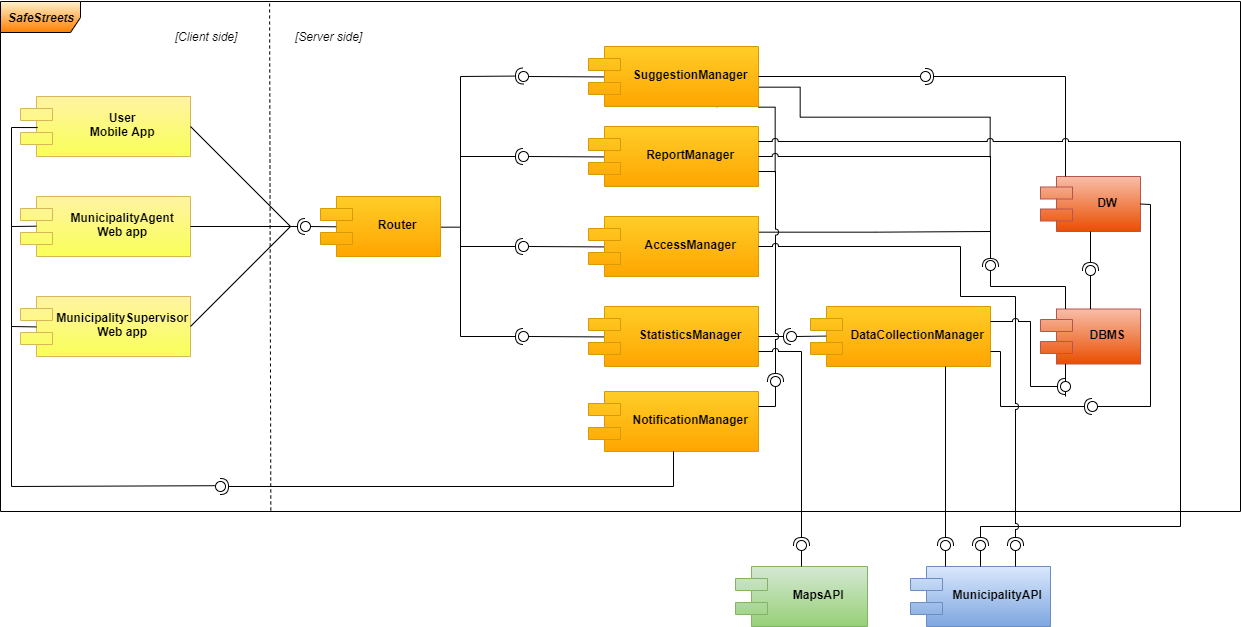
SimoneSartoni/SoftwareEngineering2 keeps this draw.io diagram as DD/img/Component1.png. Above is the earlier version. Source tidied: cells renumbered, new cells last; positions are measured from the earlier drawing's top-left corner, leaving out a move shared by most shapes.
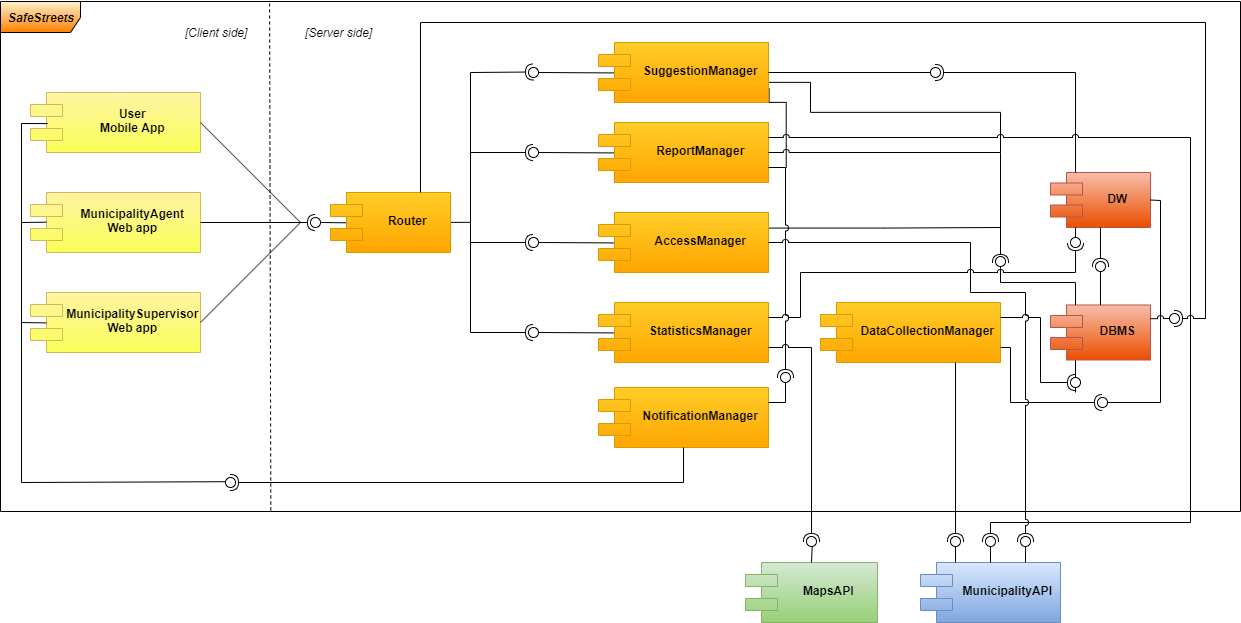
The same diagram one commit later.

What changed in the source:
```diff
@@ -3,7 +3,7 @@
     <mxCell id="0" />
     <mxCell id="1" parent="0" />
     <mxCell id="2" value="SafeStreets" style="shape=umlFrame;whiteSpace=wrap;html=1;align=center;width=80;height=31;gradientColor=#FF8000;fillColor=#fff2cc;strokeColor=#000000;fontStyle=3;" parent="1" vertex="1">
-      <mxGeometry width="1240" height="510" as="geometry" />
+      <mxGeometry x="-10" y="4" width="1240" height="510" as="geometry" />
     </mxCell>
     <mxCell id="3" value="User&#10;Mobile App" style="shape=component;align=center;spacingLeft=36;fontStyle=1;fillColor=#FFF3A3;strokeColor=#d6b656;gradientColor=#F9FF57;" parent="1" vertex="1">
       <mxGeometry x="20" y="95" width="170" height="60" as="geometry" />
@@ -93,6 +93,9 @@
     <mxCell id="24" style="ellipse;whiteSpace=wrap;html=1;fontFamily=Helvetica;fontSize=12;fontColor=#000000;align=center;strokeColor=#000000;fillColor=#ffffff;points=[];" parent="1" vertex="1">
       <mxGeometry x="518" y="240" width="10" height="10" as="geometry" />
     </mxCell>
+    <mxCell id="80" style="edgeStyle=orthogonalEdgeStyle;rounded=0;jumpStyle=arc;jettySize=auto;html=1;exitX=1;exitY=0.25;exitDx=0;exitDy=0;entryX=0.25;entryY=1;entryDx=0;entryDy=0;endArrow=none;endFill=0;opacity=0;" parent="1" edge="1" source="25" target="39">
+      <mxGeometry relative="1" as="geometry" />
+    </mxCell>
     <mxCell id="25" value="StatisticsManager" style="shape=component;align=center;spacingLeft=36;fontStyle=1;gradientColor=#ffa500;fillColor=#ffcd28;strokeColor=#d79b00;" parent="1" vertex="1">
       <mxGeometry x="588" y="305" width="170" height="60" as="geometry" />
     </mxCell>
@@ -138,15 +141,6 @@
         <mxPoint x="460" y="75" as="targetPoint" />
       </mxGeometry>
     </mxCell>
-    <mxCell id="35" style="rounded=0;jettySize=auto;html=1;endArrow=none;endFill=0;strokeColor=#000000;exitX=0.087;exitY=0.493;exitDx=0;exitDy=0;exitPerimeter=0;" parent="1" edge="1" source="26" target="37">
-      <mxGeometry relative="1" as="geometry" />
-    </mxCell>
-    <mxCell id="36" style="rounded=0;jettySize=auto;html=1;endArrow=halfCircle;endFill=0;entryX=0.5;entryY=0.5;entryDx=0;entryDy=0;endSize=6;strokeWidth=1;exitX=1;exitY=0.5;exitDx=0;exitDy=0;" parent="1" edge="1" source="25" target="37">
-      <mxGeometry relative="1" as="geometry" />
-    </mxCell>
-    <mxCell id="37" style="ellipse;whiteSpace=wrap;html=1;fontFamily=Helvetica;fontSize=12;fontColor=#000000;align=center;strokeColor=#000000;fillColor=#ffffff;points=[];" parent="1" vertex="1">
-      <mxGeometry x="786" y="330" width="10" height="10" as="geometry" />
-    </mxCell>
     <mxCell id="38" value="DBMS" style="shape=component;align=center;spacingLeft=36;fontStyle=1;gradientColor=#EA4E00;fillColor=#F8BEA9;strokeColor=#b85450;" parent="1" vertex="1">
       <mxGeometry x="1040" y="307.5" width="100" height="55" as="geometry" />
     </mxCell>
@@ -183,7 +177,7 @@
     <mxCell id="46" style="ellipse;whiteSpace=wrap;html=1;fontFamily=Helvetica;fontSize=12;fontColor=#000000;align=center;strokeColor=#000000;fillColor=#ffffff;points=[];" parent="1" vertex="1">
       <mxGeometry x="920" y="70" width="10" height="10" as="geometry" />
     </mxCell>
-    <mxCell id="47" style="rounded=0;jettySize=auto;html=1;endArrow=oval;endFill=0;strokeColor=#000000;exitX=1;exitY=0.5;exitDx=0;exitDy=0;endSize=10;" parent="1" edge="1" source="39">
+    <mxCell id="47" style="rounded=0;jettySize=auto;html=1;endArrow=oval;endFill=0;strokeColor=#000000;exitX=1;exitY=0.5;exitDx=0;exitDy=0;endSize=10;jumpStyle=arc;" parent="1" edge="1" source="39">
       <mxGeometry relative="1" as="geometry">
         <mxPoint x="1092" y="405" as="targetPoint" />
         <Array as="points">
@@ -354,5 +348,35 @@
         <mxPoint x="990" y="155" as="targetPoint" />
       </mxGeometry>
     </mxCell>
+    <mxCell id="81" style="rounded=0;jettySize=auto;html=1;endArrow=none;endFill=0;exitX=0.25;exitY=1;exitDx=0;exitDy=0;" parent="1" edge="1" source="39" target="83">
+      <mxGeometry relative="1" as="geometry" />
+    </mxCell>
+    <mxCell id="82" style="rounded=0;jettySize=auto;html=1;endArrow=halfCircle;endFill=0;entryX=0.5;entryY=0.5;entryDx=0;entryDy=0;endSize=6;strokeWidth=1;jumpStyle=arc;exitX=1;exitY=0.25;exitDx=0;exitDy=0;" parent="1" edge="1" source="25" target="83">
+      <mxGeometry relative="1" as="geometry">
+        <Array as="points">
+          <mxPoint x="790" y="320" />
+          <mxPoint x="790" y="275" />
+          <mxPoint x="1065" y="275" />
+        </Array>
+      </mxGeometry>
+    </mxCell>
+    <mxCell id="83" style="ellipse;whiteSpace=wrap;html=1;fontFamily=Helvetica;fontSize=12;fontColor=#000000;align=center;strokeColor=#000000;fillColor=#ffffff;points=[];" parent="1" vertex="1">
+      <mxGeometry x="1060" y="240" width="10" height="10" as="geometry" />
+    </mxCell>
+    <mxCell id="84" style="rounded=0;jettySize=auto;html=1;endArrow=none;endFill=0;exitX=1;exitY=0.25;exitDx=0;exitDy=0;jumpStyle=arc;" parent="1" edge="1" source="38" target="86">
+      <mxGeometry relative="1" as="geometry" />
+    </mxCell>
+    <mxCell id="85" style="rounded=0;jettySize=auto;html=1;endArrow=halfCircle;endFill=0;entryX=0.5;entryY=0.5;entryDx=0;entryDy=0;endSize=6;strokeWidth=1;exitX=0.75;exitY=0;exitDx=0;exitDy=0;jumpStyle=arc;" parent="1" edge="1" source="7" target="86">
+      <mxGeometry relative="1" as="geometry">
+        <Array as="points">
+          <mxPoint x="410" y="25" />
+          <mxPoint x="1195" y="25" />
+          <mxPoint x="1195" y="321" />
+        </Array>
+      </mxGeometry>
+    </mxCell>
+    <mxCell id="86" style="ellipse;whiteSpace=wrap;html=1;fontFamily=Helvetica;fontSize=12;fontColor=#000000;align=center;strokeColor=#000000;fillColor=#ffffff;points=[];" parent="1" vertex="1">
+      <mxGeometry x="1159" y="316" width="10" height="10" as="geometry" />
+    </mxCell>
   </root>
 </mxGraphModel>
```
